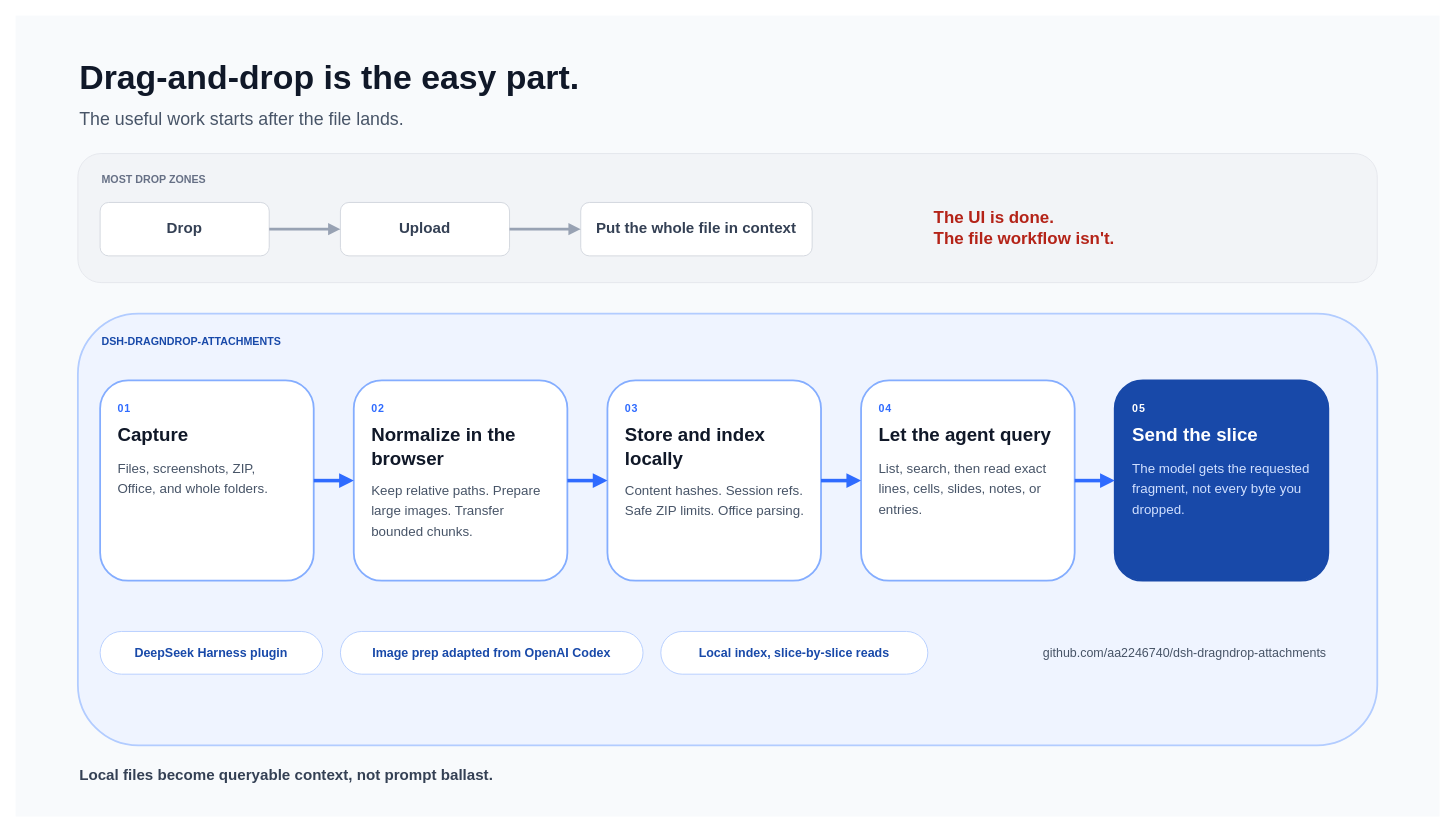
This is docs/assets/dsh-dragndrop-architecture.drawio from aa2246740/dsh-dragndrop-attachments, a draw.io file, before an edit. Source tidied: cells renumbered, new cells numbered last; positions are measured from the earlier drawing's top-left corner, leaving out a move shared by most shapes. Both pictures are drawn from the tidied source at 89%, with x=0, y=0 at pixel (15, 15).
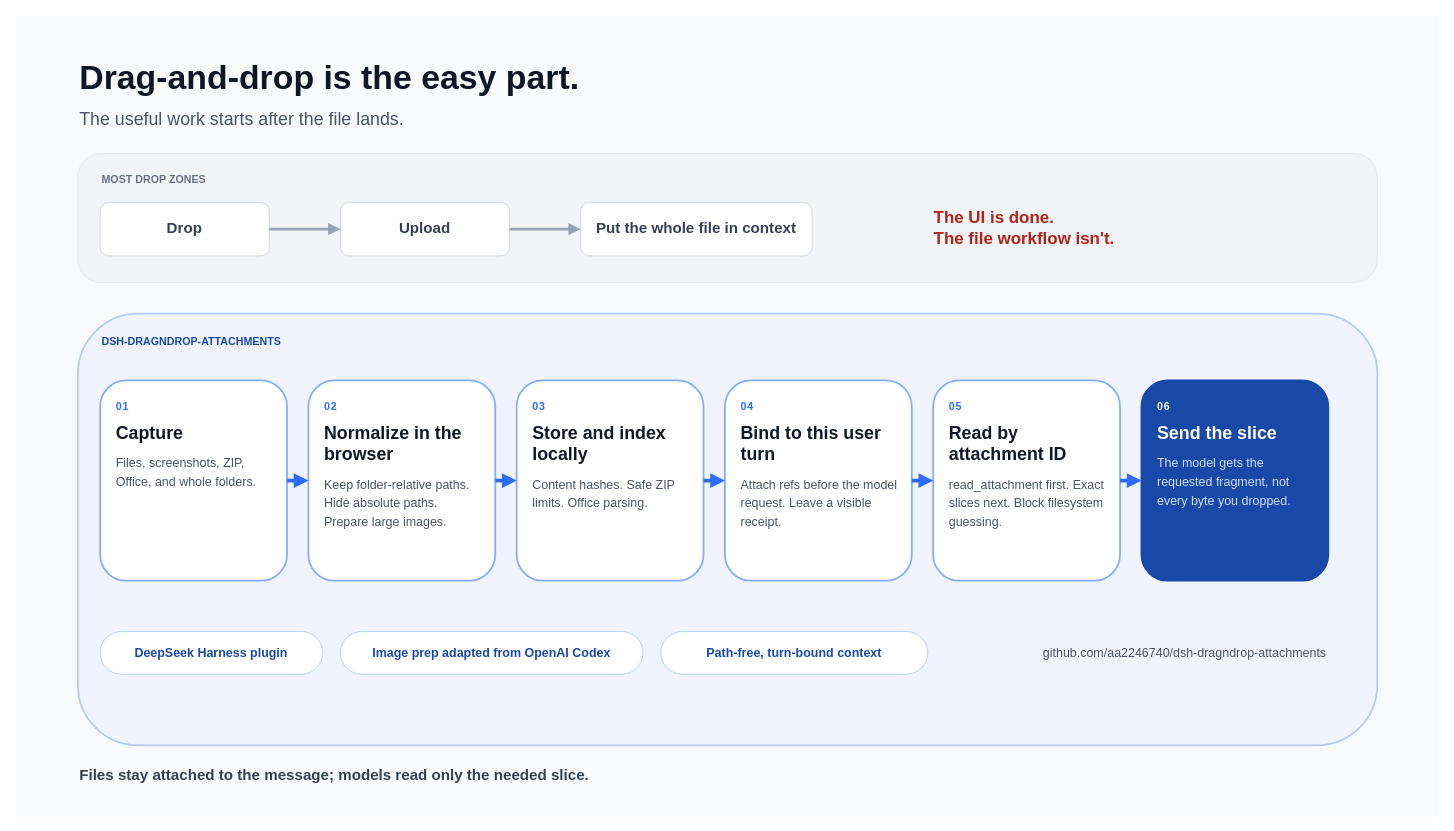
The same diagram, later.

Diff of the diagram source:
```diff
@@
-    <mxCell id="15" value="&lt;div style=&quot;text-align:left;&quot;&gt;&lt;div style=&quot;font-size:12px;color:#2F6BFF;font-weight:700;letter-spacing:1px;&quot;&gt;01&lt;/div&gt;&lt;div style=&quot;font-size:21px;font-weight:700;color:#101828;margin-top:10px;&quot;&gt;Capture&lt;/div&gt;&lt;div style=&quot;font-size:15px;color:#475467;line-height:1.55;margin-top:12px;&quot;&gt;Files, screenshots, ZIP, Office, and whole folders.&lt;/div&gt;&lt;/div&gt;" style="rounded=1;arcSize=14;whiteSpace=wrap;html=1;fillColor=#FFFFFF;strokeColor=#84ADFF;strokeWidth=2;align=left;verticalAlign=top;spacing=20;" parent="1" vertex="1">
-      <mxGeometry x="95" y="410" width="240" height="225" as="geometry" />
+    <mxCell id="15" value="&lt;div style=&quot;text-align:left;&quot;&gt;&lt;div style=&quot;font-size:12px;color:#2F6BFF;font-weight:700;letter-spacing:1px;&quot;&gt;01&lt;/div&gt;&lt;div style=&quot;font-size:20px;font-weight:700;color:#101828;margin-top:10px;&quot;&gt;Capture&lt;/div&gt;&lt;div style=&quot;font-size:14px;color:#475467;line-height:1.5;margin-top:12px;&quot;&gt;Files, screenshots, ZIP, Office, and whole folders.&lt;/div&gt;&lt;/div&gt;" style="rounded=1;arcSize=14;whiteSpace=wrap;html=1;fillColor=#FFFFFF;strokeColor=#84ADFF;strokeWidth=2;align=left;verticalAlign=top;spacing=18;" parent="1" vertex="1">
+      <mxGeometry x="95" y="410" width="210" height="225" as="geometry" />
     </mxCell>
-    <mxCell id="16" value="&lt;div style=&quot;text-align:left;&quot;&gt;&lt;div style=&quot;font-size:12px;color:#2F6BFF;font-weight:700;letter-spacing:1px;&quot;&gt;02&lt;/div&gt;&lt;div style=&quot;font-size:21px;font-weight:700;color:#101828;margin-top:10px;&quot;&gt;Normalize in the browser&lt;/div&gt;&lt;div style=&quot;font-size:15px;color:#475467;line-height:1.55;margin-top:12px;&quot;&gt;Keep relative paths. Prepare large images. Transfer bounded chunks.&lt;/div&gt;&lt;/div&gt;" style="rounded=1;arcSize=14;whiteSpace=wrap;html=1;fillColor=#FFFFFF;strokeColor=#84ADFF;strokeWidth=2;align=left;verticalAlign=top;spacing=20;" parent="1" vertex="1">
-      <mxGeometry x="380" y="410" width="240" height="225" as="geometry" />
+    <mxCell id="16" value="&lt;div style=&quot;text-align:left;&quot;&gt;&lt;div style=&quot;font-size:12px;color:#2F6BFF;font-weight:700;letter-spacing:1px;&quot;&gt;02&lt;/div&gt;&lt;div style=&quot;font-size:20px;font-weight:700;color:#101828;margin-top:10px;&quot;&gt;Normalize in the browser&lt;/div&gt;&lt;div style=&quot;font-size:14px;color:#475467;line-height:1.5;margin-top:12px;&quot;&gt;Keep folder-relative paths. Hide absolute paths. Prepare large images.&lt;/div&gt;&lt;/div&gt;" style="rounded=1;arcSize=14;whiteSpace=wrap;html=1;fillColor=#FFFFFF;strokeColor=#84ADFF;strokeWidth=2;align=left;verticalAlign=top;spacing=18;" parent="1" vertex="1">
+      <mxGeometry x="329" y="410" width="210" height="225" as="geometry" />
     </mxCell>
-    <mxCell id="17" value="&lt;div style=&quot;text-align:left;&quot;&gt;&lt;div style=&quot;font-size:12px;color:#2F6BFF;font-weight:700;letter-spacing:1px;&quot;&gt;03&lt;/div&gt;&lt;div style=&quot;font-size:21px;font-weight:700;color:#101828;margin-top:10px;&quot;&gt;Store and index locally&lt;/div&gt;&lt;div style=&quot;font-size:15px;color:#475467;line-height:1.55;margin-top:12px;&quot;&gt;Content hashes. Session refs. Safe ZIP limits. Office parsing.&lt;/div&gt;&lt;/div&gt;" style="rounded=1;arcSize=14;whiteSpace=wrap;html=1;fillColor=#FFFFFF;strokeColor=#84ADFF;strokeWidth=2;align=left;verticalAlign=top;spacing=20;" parent="1" vertex="1">
-      <mxGeometry x="665" y="410" width="240" height="225" as="geometry" />
+    <mxCell id="17" value="&lt;div style=&quot;text-align:left;&quot;&gt;&lt;div style=&quot;font-size:12px;color:#2F6BFF;font-weight:700;letter-spacing:1px;&quot;&gt;03&lt;/div&gt;&lt;div style=&quot;font-size:20px;font-weight:700;color:#101828;margin-top:10px;&quot;&gt;Store and index locally&lt;/div&gt;&lt;div style=&quot;font-size:14px;color:#475467;line-height:1.5;margin-top:12px;&quot;&gt;Content hashes. Safe ZIP limits. Office parsing.&lt;/div&gt;&lt;/div&gt;" style="rounded=1;arcSize=14;whiteSpace=wrap;html=1;fillColor=#FFFFFF;strokeColor=#84ADFF;strokeWidth=2;align=left;verticalAlign=top;spacing=18;" parent="1" vertex="1">
+      <mxGeometry x="563" y="410" width="210" height="225" as="geometry" />
     </mxCell>
+    <mxCell id="29" value="&lt;div style=&quot;text-align:left;&quot;&gt;&lt;div style=&quot;font-size:12px;color:#2F6BFF;font-weight:700;letter-spacing:1px;&quot;&gt;04&lt;/div&gt;&lt;div style=&quot;font-size:20px;font-weight:700;color:#101828;margin-top:10px;&quot;&gt;Bind to this user turn&lt;/div&gt;&lt;div style=&quot;font-size:14px;color:#475467;line-height:1.5;margin-top:12px;&quot;&gt;Attach refs before the model request. Leave a visible receipt.&lt;/div&gt;&lt;/div&gt;" style="rounded=1;arcSize=14;whiteSpace=wrap;html=1;fillColor=#FFFFFF;strokeColor=#84ADFF;strokeWidth=2;align=left;verticalAlign=top;spacing=18;" parent="1" vertex="1">
+      <mxGeometry x="797" y="410" width="210" height="225" as="geometry" />
+    </mxCell>
-    <mxCell id="18" value="&lt;div style=&quot;text-align:left;&quot;&gt;&lt;div style=&quot;font-size:12px;color:#2F6BFF;font-weight:700;letter-spacing:1px;&quot;&gt;04&lt;/div&gt;&lt;div style=&quot;font-size:21px;font-weight:700;color:#101828;margin-top:10px;&quot;&gt;Let the agent query&lt;/div&gt;&lt;div style=&quot;font-size:15px;color:#475467;line-height:1.55;margin-top:12px;&quot;&gt;List, search, then read exact lines, cells, slides, notes, or entries.&lt;/div&gt;&lt;/div&gt;" style="rounded=1;arcSize=14;whiteSpace=wrap;html=1;fillColor=#FFFFFF;strokeColor=#84ADFF;strokeWidth=2;align=left;verticalAlign=top;spacing=20;" parent="1" vertex="1">
-      <mxGeometry x="950" y="410" width="240" height="225" as="geometry" />
+    <mxCell id="18" value="&lt;div style=&quot;text-align:left;&quot;&gt;&lt;div style=&quot;font-size:12px;color:#2F6BFF;font-weight:700;letter-spacing:1px;&quot;&gt;05&lt;/div&gt;&lt;div style=&quot;font-size:20px;font-weight:700;color:#101828;margin-top:10px;&quot;&gt;Read by attachment ID&lt;/div&gt;&lt;div style=&quot;font-size:14px;color:#475467;line-height:1.5;margin-top:12px;&quot;&gt;read_attachment first. Exact slices next. Block filesystem guessing.&lt;/div&gt;&lt;/div&gt;" style="rounded=1;arcSize=14;whiteSpace=wrap;html=1;fillColor=#FFFFFF;strokeColor=#84ADFF;strokeWidth=2;align=left;verticalAlign=top;spacing=18;" parent="1" vertex="1">
+      <mxGeometry x="1031" y="410" width="210" height="225" as="geometry" />
     </mxCell>
-    <mxCell id="19" value="&lt;div style=&quot;text-align:left;&quot;&gt;&lt;div style=&quot;font-size:12px;color:#FFFFFF;font-weight:700;letter-spacing:1px;&quot;&gt;05&lt;/div&gt;&lt;div style=&quot;font-size:21px;font-weight:700;color:#FFFFFF;margin-top:10px;&quot;&gt;Send the slice&lt;/div&gt;&lt;div style=&quot;font-size:15px;color:#D1E0FF;line-height:1.55;margin-top:12px;&quot;&gt;The model gets the requested fragment, not every byte you dropped.&lt;/div&gt;&lt;/div&gt;" style="rounded=1;arcSize=14;whiteSpace=wrap;html=1;fillColor=#1849A9;strokeColor=#1849A9;strokeWidth=2;align=left;verticalAlign=top;spacing=20;" parent="1" vertex="1">
-      <mxGeometry x="1235" y="410" width="240" height="225" as="geometry" />
+    <mxCell id="19" value="&lt;div style=&quot;text-align:left;&quot;&gt;&lt;div style=&quot;font-size:12px;color:#FFFFFF;font-weight:700;letter-spacing:1px;&quot;&gt;06&lt;/div&gt;&lt;div style=&quot;font-size:20px;font-weight:700;color:#FFFFFF;margin-top:10px;&quot;&gt;Send the slice&lt;/div&gt;&lt;div style=&quot;font-size:14px;color:#D1E0FF;line-height:1.5;margin-top:12px;&quot;&gt;The model gets the requested fragment, not every byte you dropped.&lt;/div&gt;&lt;/div&gt;" style="rounded=1;arcSize=14;whiteSpace=wrap;html=1;fillColor=#1849A9;strokeColor=#1849A9;strokeWidth=2;align=left;verticalAlign=top;spacing=18;" parent="1" vertex="1">
+      <mxGeometry x="1265" y="410" width="210" height="225" as="geometry" />
     </mxCell>
@@
-    <mxCell id="22" style="edgeStyle=orthogonalEdgeStyle;rounded=1;jettySize=auto;html=1;endArrow=block;endFill=1;strokeWidth=4;strokeColor=#2F6BFF;" parent="1" edge="1" source="17" target="18">
+    <mxCell id="22" style="edgeStyle=orthogonalEdgeStyle;rounded=1;jettySize=auto;html=1;endArrow=block;endFill=1;strokeWidth=4;strokeColor=#2F6BFF;" parent="1" edge="1" source="17" target="29">
       <mxGeometry relative="1" as="geometry" />
     </mxCell>
-    <mxCell id="23" style="edgeStyle=orthogonalEdgeStyle;rounded=1;jettySize=auto;html=1;endArrow=block;endFill=1;strokeWidth=4;strokeColor=#2F6BFF;" parent="1" edge="1" source="18" target="19">
+    <mxCell id="23" style="edgeStyle=orthogonalEdgeStyle;rounded=1;jettySize=auto;html=1;endArrow=block;endFill=1;strokeWidth=4;strokeColor=#2F6BFF;" parent="1" edge="1" source="29" target="18">
       <mxGeometry relative="1" as="geometry" />
     </mxCell>
+    <mxCell id="30" style="edgeStyle=orthogonalEdgeStyle;rounded=1;jettySize=auto;html=1;endArrow=block;endFill=1;strokeWidth=4;strokeColor=#2F6BFF;" parent="1" edge="1" source="18" target="19">
+      <mxGeometry relative="1" as="geometry" />
+    </mxCell>
@@
-    <mxCell id="26" value="Local index, slice-by-slice reads" style="rounded=1;arcSize=50;whiteSpace=wrap;html=1;fillColor=#FFFFFF;strokeColor=#B2CCFF;fontSize=14;fontStyle=1;fontColor=#1849A9;" parent="1" vertex="1">
+    <mxCell id="26" value="Path-free, turn-bound context" style="rounded=1;arcSize=50;whiteSpace=wrap;html=1;fillColor=#FFFFFF;strokeColor=#B2CCFF;fontSize=14;fontStyle=1;fontColor=#1849A9;" parent="1" vertex="1">
       <mxGeometry x="725" y="692" width="300" height="48" as="geometry" />
     </mxCell>
@@
-    <mxCell id="28" value="Local files become queryable context, not prompt ballast." style="text;html=1;align=left;verticalAlign=middle;whiteSpace=wrap;rounded=0;fontSize=17;fontStyle=1;fontColor=#344054;" parent="1" vertex="1">
+    <mxCell id="28" value="Files stay attached to the message; models read only the needed slice." style="text;html=1;align=left;verticalAlign=middle;whiteSpace=wrap;rounded=0;fontSize=17;fontStyle=1;fontColor=#344054;" parent="1" vertex="1">
       <mxGeometry x="70" y="838" width="1460" height="32" as="geometry" />
     </mxCell>
```
